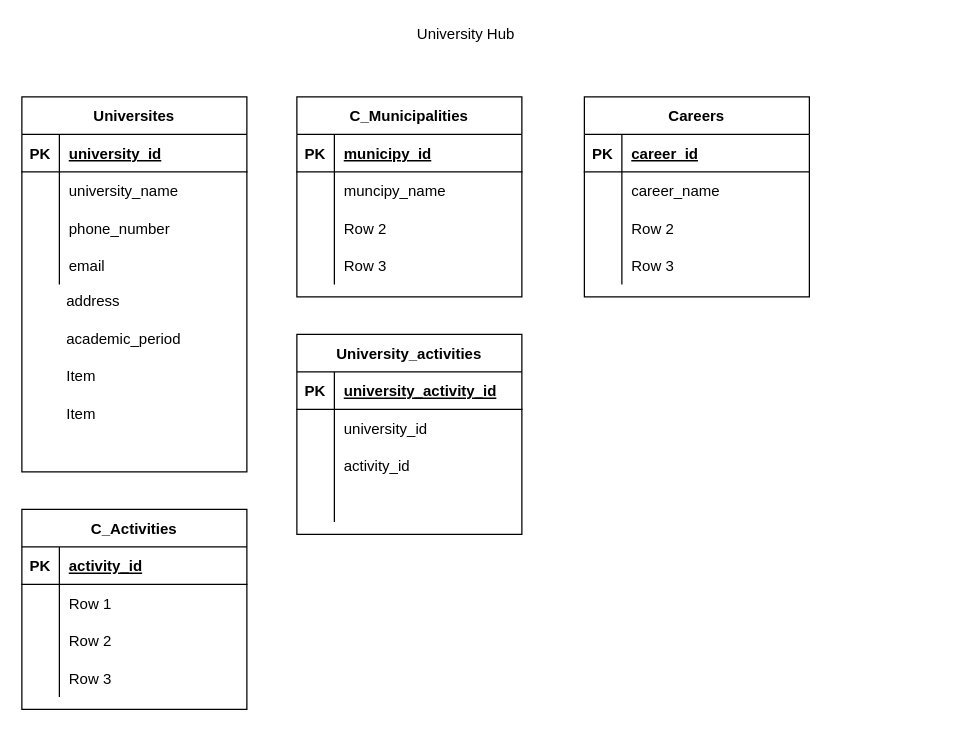
This is Untitled Diagram.drawio from University-Hub/Entity-Relationship-Model, a draw.io file, before an edit. Source tidied: cells renumbered, new cells numbered last; positions are measured from the earlier drawing's top-left corner, leaving out a move shared by most shapes. Both pictures are drawn from the tidied source at 125%, with x=0, y=0 at pixel (21, 21).
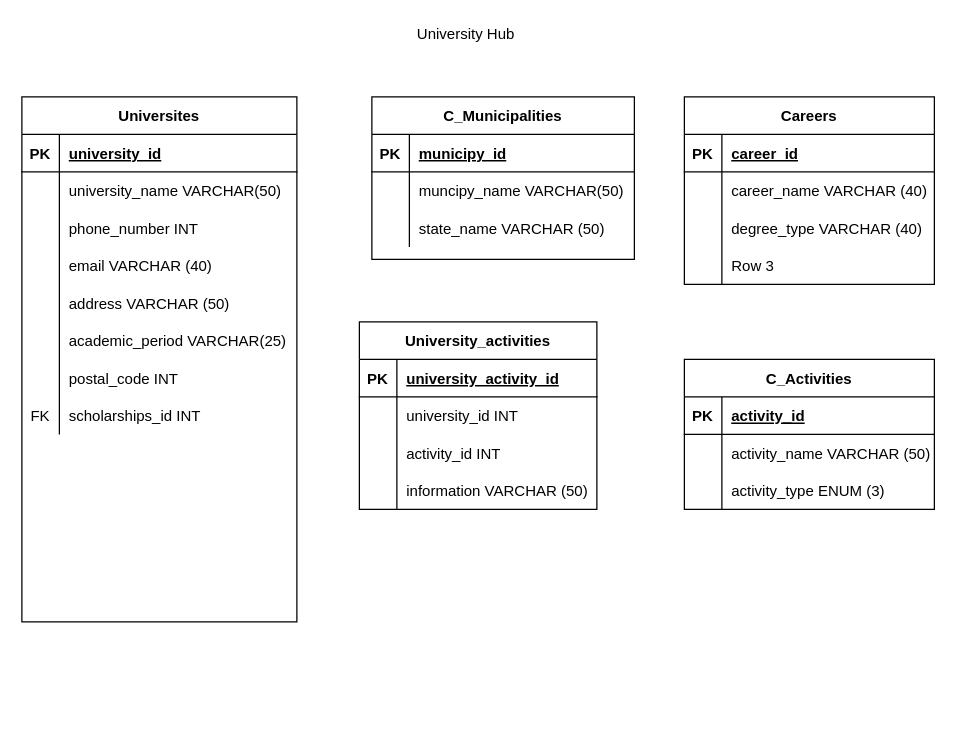
Above is the later version.

What changed in the source:
```diff
@@
     <mxCell id="3" value="Universites" style="shape=table;startSize=30;childLayout=tableLayout;rowLines=0;fontStyle=1;align=center;" parent="1" vertex="1">
-      <mxGeometry y="60" width="180" height="300" as="geometry" />
+      <mxGeometry y="60" width="220" height="420" as="geometry" />
     </mxCell>
     <mxCell id="4" style="shape=partialRectangle;fillColor=none;top=0;left=0;bottom=1;right=0;" parent="3" vertex="1">
-      <mxGeometry y="30" width="180" height="30" as="geometry" />
+      <mxGeometry y="30" width="220" height="30" as="geometry" />
     </mxCell>
@@
     <mxCell id="6" value="university_id" style="shape=partialRectangle;fillColor=none;top=0;left=0;bottom=0;right=0;align=left;spacingLeft=6;fontStyle=5;overflow=hidden;" parent="4" vertex="1">
-      <mxGeometry x="30" width="150" height="30" as="geometry" />
+      <mxGeometry x="30" width="190" height="30" as="geometry" />
     </mxCell>
     <mxCell id="7" style="shape=partialRectangle;fillColor=none;top=0;left=0;bottom=0;right=0;" parent="3" vertex="1">
-      <mxGeometry y="60" width="180" height="30" as="geometry" />
+      <mxGeometry y="60" width="220" height="30" as="geometry" />
     </mxCell>
@@
-    <mxCell id="9" value="university_name" style="shape=partialRectangle;fillColor=none;top=0;left=0;bottom=0;right=0;align=left;spacingLeft=6;overflow=hidden;" parent="7" vertex="1">
-      <mxGeometry x="30" width="150" height="30" as="geometry" />
+    <mxCell id="9" value="university_name VARCHAR(50)" style="shape=partialRectangle;fillColor=none;top=0;left=0;bottom=0;right=0;align=left;spacingLeft=6;overflow=hidden;" parent="7" vertex="1">
+      <mxGeometry x="30" width="190" height="30" as="geometry" />
     </mxCell>
     <mxCell id="10" style="shape=partialRectangle;fillColor=none;top=0;left=0;bottom=0;right=0;" parent="3" vertex="1">
-      <mxGeometry y="90" width="180" height="30" as="geometry" />
+      <mxGeometry y="90" width="220" height="30" as="geometry" />
     </mxCell>
@@
-    <mxCell id="12" value="phone_number" style="shape=partialRectangle;fillColor=none;top=0;left=0;bottom=0;right=0;align=left;spacingLeft=6;overflow=hidden;" parent="10" vertex="1">
-      <mxGeometry x="30" width="150" height="30" as="geometry" />
+    <mxCell id="12" value="phone_number INT " style="shape=partialRectangle;fillColor=none;top=0;left=0;bottom=0;right=0;align=left;spacingLeft=6;overflow=hidden;" parent="10" vertex="1">
+      <mxGeometry x="30" width="190" height="30" as="geometry" />
     </mxCell>
     <mxCell id="13" style="shape=partialRectangle;fillColor=none;top=0;left=0;bottom=0;right=0;" parent="3" vertex="1">
-      <mxGeometry y="120" width="180" height="30" as="geometry" />
+      <mxGeometry y="120" width="220" height="30" as="geometry" />
     </mxCell>
@@
-    <mxCell id="15" value="email" style="shape=partialRectangle;fillColor=none;top=0;left=0;bottom=0;right=0;align=left;spacingLeft=6;overflow=hidden;" parent="13" vertex="1">
-      <mxGeometry x="30" width="150" height="30" as="geometry" />
+    <mxCell id="15" value="email VARCHAR (40)" style="shape=partialRectangle;fillColor=none;top=0;left=0;bottom=0;right=0;align=left;spacingLeft=6;overflow=hidden;" parent="13" vertex="1">
+      <mxGeometry x="30" width="190" height="30" as="geometry" />
     </mxCell>
-    <mxCell id="16" value="C_Municipalities" style="shape=table;startSize=30;childLayout=tableLayout;rowLines=0;fontStyle=1;align=center;" parent="1" vertex="1">
-      <mxGeometry x="220" y="60" width="180" height="160" as="geometry" />
-    </mxCell>
-    <mxCell id="17" style="shape=partialRectangle;fillColor=none;top=0;left=0;bottom=1;right=0;" parent="16" vertex="1">
-      <mxGeometry y="30" width="180" height="30" as="geometry" />
-    </mxCell>
-    <mxCell id="18" value="PK" style="shape=partialRectangle;fillColor=none;top=0;left=0;bottom=0;right=0;fontStyle=1;overflow=hidden;" parent="17" vertex="1">
-      <mxGeometry width="30" height="30" as="geometry" />
-    </mxCell>
-    <mxCell id="19" value="municipy_id" style="shape=partialRectangle;fillColor=none;top=0;left=0;bottom=0;right=0;align=left;spacingLeft=6;fontStyle=5;overflow=hidden;" parent="17" vertex="1">
-      <mxGeometry x="30" width="150" height="30" as="geometry" />
-    </mxCell>
-    <mxCell id="20" style="shape=partialRectangle;fillColor=none;top=0;left=0;bottom=0;right=0;" parent="16" vertex="1">
-      <mxGeometry y="60" width="180" height="30" as="geometry" />
-    </mxCell>
-    <mxCell id="21" style="shape=partialRectangle;fillColor=none;top=0;left=0;bottom=0;right=0;overflow=hidden;" parent="20" vertex="1">
-      <mxGeometry width="30" height="30" as="geometry" />
-    </mxCell>
-    <mxCell id="22" value="muncipy_name" style="shape=partialRectangle;fillColor=none;top=0;left=0;bottom=0;right=0;align=left;spacingLeft=6;overflow=hidden;" parent="20" vertex="1">
-      <mxGeometry x="30" width="150" height="30" as="geometry" />
-    </mxCell>
-    <mxCell id="23" style="shape=partialRectangle;fillColor=none;top=0;left=0;bottom=0;right=0;" parent="16" vertex="1">
-      <mxGeometry y="90" width="180" height="30" as="geometry" />
-    </mxCell>
-    <mxCell id="24" style="shape=partialRectangle;fillColor=none;top=0;left=0;bottom=0;right=0;overflow=hidden;" parent="23" vertex="1">
-      <mxGeometry width="30" height="30" as="geometry" />
-    </mxCell>
-    <mxCell id="25" value="Row 2" style="shape=partialRectangle;fillColor=none;top=0;left=0;bottom=0;right=0;align=left;spacingLeft=6;overflow=hidden;" parent="23" vertex="1">
-      <mxGeometry x="30" width="150" height="30" as="geometry" />
-    </mxCell>
-    <mxCell id="26" style="shape=partialRectangle;fillColor=none;top=0;left=0;bottom=0;right=0;" parent="16" vertex="1">
-      <mxGeometry y="120" width="180" height="30" as="geometry" />
-    </mxCell>
-    <mxCell id="27" style="shape=partialRectangle;fillColor=none;top=0;left=0;bottom=0;right=0;overflow=hidden;" parent="26" vertex="1">
-      <mxGeometry width="30" height="30" as="geometry" />
-    </mxCell>
-    <mxCell id="28" value="Row 3" style="shape=partialRectangle;fillColor=none;top=0;left=0;bottom=0;right=0;align=left;spacingLeft=6;overflow=hidden;" parent="26" vertex="1">
-      <mxGeometry x="30" width="150" height="30" as="geometry" />
-    </mxCell>
+    <mxCell id="72" style="shape=partialRectangle;fillColor=none;top=0;left=0;bottom=0;right=0;" parent="3" vertex="1">
+      <mxGeometry y="150" width="220" height="30" as="geometry" />
+    </mxCell>
+    <mxCell id="73" style="shape=partialRectangle;fillColor=none;top=0;left=0;bottom=0;right=0;overflow=hidden;" parent="72" vertex="1">
+      <mxGeometry width="30" height="30" as="geometry" />
+    </mxCell>
+    <mxCell id="74" value="address VARCHAR (50)" style="shape=partialRectangle;fillColor=none;top=0;left=0;bottom=0;right=0;align=left;spacingLeft=6;overflow=hidden;" parent="72" vertex="1">
+      <mxGeometry x="30" width="190" height="30" as="geometry" />
+    </mxCell>
+    <mxCell id="75" style="shape=partialRectangle;fillColor=none;top=0;left=0;bottom=0;right=0;" parent="3" vertex="1">
+      <mxGeometry y="180" width="220" height="30" as="geometry" />
+    </mxCell>
+    <mxCell id="76" style="shape=partialRectangle;fillColor=none;top=0;left=0;bottom=0;right=0;overflow=hidden;" parent="75" vertex="1">
+      <mxGeometry width="30" height="30" as="geometry" />
+    </mxCell>
+    <mxCell id="77" value="academic_period VARCHAR(25)" style="shape=partialRectangle;fillColor=none;top=0;left=0;bottom=0;right=0;align=left;spacingLeft=6;overflow=hidden;" parent="75" vertex="1">
+      <mxGeometry x="30" width="190" height="30" as="geometry" />
+    </mxCell>
+    <mxCell id="78" style="shape=partialRectangle;fillColor=none;top=0;left=0;bottom=0;right=0;" parent="3" vertex="1">
+      <mxGeometry y="210" width="220" height="30" as="geometry" />
+    </mxCell>
+    <mxCell id="79" style="shape=partialRectangle;fillColor=none;top=0;left=0;bottom=0;right=0;overflow=hidden;" parent="78" vertex="1">
+      <mxGeometry width="30" height="30" as="geometry" />
+    </mxCell>
+    <mxCell id="80" value="postal_code INT" style="shape=partialRectangle;fillColor=none;top=0;left=0;bottom=0;right=0;align=left;spacingLeft=6;overflow=hidden;" parent="78" vertex="1">
+      <mxGeometry x="30" width="190" height="30" as="geometry" />
+    </mxCell>
+    <mxCell id="81" style="shape=partialRectangle;fillColor=none;top=0;left=0;bottom=0;right=0;" parent="3" vertex="1">
+      <mxGeometry y="240" width="220" height="30" as="geometry" />
+    </mxCell>
+    <mxCell id="82" value="FK" style="shape=partialRectangle;fillColor=none;top=0;left=0;bottom=0;right=0;overflow=hidden;" parent="81" vertex="1">
+      <mxGeometry width="30" height="30" as="geometry" />
+    </mxCell>
+    <mxCell id="83" value="scholarships_id INT" style="shape=partialRectangle;fillColor=none;top=0;left=0;bottom=0;right=0;align=left;spacingLeft=6;overflow=hidden;" parent="81" vertex="1">
+      <mxGeometry x="30" width="190" height="30" as="geometry" />
+    </mxCell>
     <mxCell id="29" value="Careers" style="shape=table;startSize=30;childLayout=tableLayout;rowLines=0;fontStyle=1;align=center;" parent="1" vertex="1">
-      <mxGeometry x="450" y="60" width="180" height="160" as="geometry" />
+      <mxGeometry x="530" y="60" width="200" height="150" as="geometry" />
     </mxCell>
     <mxCell id="30" style="shape=partialRectangle;fillColor=none;top=0;left=0;bottom=1;right=0;" parent="29" vertex="1">
-      <mxGeometry y="30" width="180" height="30" as="geometry" />
+      <mxGeometry y="30" width="200" height="30" as="geometry" />
     </mxCell>
@@
     <mxCell id="32" value="career_id" style="shape=partialRectangle;fillColor=none;top=0;left=0;bottom=0;right=0;align=left;spacingLeft=6;fontStyle=5;overflow=hidden;" parent="30" vertex="1">
-      <mxGeometry x="30" width="150" height="30" as="geometry" />
+      <mxGeometry x="30" width="170" height="30" as="geometry" />
     </mxCell>
     <mxCell id="33" style="shape=partialRectangle;fillColor=none;top=0;left=0;bottom=0;right=0;" parent="29" vertex="1">
-      <mxGeometry y="60" width="180" height="30" as="geometry" />
+      <mxGeometry y="60" width="200" height="30" as="geometry" />
     </mxCell>
@@
-    <mxCell id="35" value="career_name" style="shape=partialRectangle;fillColor=none;top=0;left=0;bottom=0;right=0;align=left;spacingLeft=6;overflow=hidden;" parent="33" vertex="1">
-      <mxGeometry x="30" width="150" height="30" as="geometry" />
+    <mxCell id="35" value="career_name VARCHAR (40)" style="shape=partialRectangle;fillColor=none;top=0;left=0;bottom=0;right=0;align=left;spacingLeft=6;overflow=hidden;" parent="33" vertex="1">
+      <mxGeometry x="30" width="170" height="30" as="geometry" />
     </mxCell>
     <mxCell id="36" style="shape=partialRectangle;fillColor=none;top=0;left=0;bottom=0;right=0;" parent="29" vertex="1">
-      <mxGeometry y="90" width="180" height="30" as="geometry" />
+      <mxGeometry y="90" width="200" height="30" as="geometry" />
     </mxCell>
@@
-    <mxCell id="38" value="Row 2" style="shape=partialRectangle;fillColor=none;top=0;left=0;bottom=0;right=0;align=left;spacingLeft=6;overflow=hidden;" parent="36" vertex="1">
-      <mxGeometry x="30" width="150" height="30" as="geometry" />
+    <mxCell id="38" value="degree_type VARCHAR (40)" style="shape=partialRectangle;fillColor=none;top=0;left=0;bottom=0;right=0;align=left;spacingLeft=6;overflow=hidden;" parent="36" vertex="1">
+      <mxGeometry x="30" width="170" height="30" as="geometry" />
     </mxCell>
     <mxCell id="39" style="shape=partialRectangle;fillColor=none;top=0;left=0;bottom=0;right=0;" parent="29" vertex="1">
-      <mxGeometry y="120" width="180" height="30" as="geometry" />
+      <mxGeometry y="120" width="200" height="30" as="geometry" />
     </mxCell>
@@
     <mxCell id="41" value="Row 3" style="shape=partialRectangle;fillColor=none;top=0;left=0;bottom=0;right=0;align=left;spacingLeft=6;overflow=hidden;" parent="39" vertex="1">
-      <mxGeometry x="30" width="150" height="30" as="geometry" />
+      <mxGeometry x="30" width="170" height="30" as="geometry" />
     </mxCell>
-    <mxCell id="42" value="address" style="text;strokeColor=none;fillColor=none;spacingLeft=4;spacingRight=4;overflow=hidden;fontSize=12;" parent="1" vertex="1">
-      <mxGeometry x="30" y="210" width="60" height="30" as="geometry" />
-    </mxCell>
+    <mxCell id="16" value="C_Municipalities" style="shape=table;startSize=30;childLayout=tableLayout;rowLines=0;fontStyle=1;align=center;" parent="1" vertex="1">
+      <mxGeometry x="280" y="60" width="210" height="130" as="geometry" />
+    </mxCell>
+    <mxCell id="17" style="shape=partialRectangle;fillColor=none;top=0;left=0;bottom=1;right=0;" parent="16" vertex="1">
+      <mxGeometry y="30" width="210" height="30" as="geometry" />
+    </mxCell>
+    <mxCell id="18" value="PK" style="shape=partialRectangle;fillColor=none;top=0;left=0;bottom=0;right=0;fontStyle=1;overflow=hidden;" parent="17" vertex="1">
+      <mxGeometry width="30" height="30" as="geometry" />
+    </mxCell>
+    <mxCell id="19" value="municipy_id" style="shape=partialRectangle;fillColor=none;top=0;left=0;bottom=0;right=0;align=left;spacingLeft=6;fontStyle=5;overflow=hidden;" parent="17" vertex="1">
+      <mxGeometry x="30" width="180" height="30" as="geometry" />
+    </mxCell>
+    <mxCell id="20" style="shape=partialRectangle;fillColor=none;top=0;left=0;bottom=0;right=0;" parent="16" vertex="1">
+      <mxGeometry y="60" width="210" height="30" as="geometry" />
+    </mxCell>
+    <mxCell id="21" style="shape=partialRectangle;fillColor=none;top=0;left=0;bottom=0;right=0;overflow=hidden;" parent="20" vertex="1">
+      <mxGeometry width="30" height="30" as="geometry" />
+    </mxCell>
+    <mxCell id="22" value="muncipy_name VARCHAR(50)" style="shape=partialRectangle;fillColor=none;top=0;left=0;bottom=0;right=0;align=left;spacingLeft=6;overflow=hidden;" parent="20" vertex="1">
+      <mxGeometry x="30" width="180" height="30" as="geometry" />
+    </mxCell>
+    <mxCell id="23" style="shape=partialRectangle;fillColor=none;top=0;left=0;bottom=0;right=0;" parent="16" vertex="1">
+      <mxGeometry y="90" width="210" height="30" as="geometry" />
+    </mxCell>
+    <mxCell id="24" style="shape=partialRectangle;fillColor=none;top=0;left=0;bottom=0;right=0;overflow=hidden;" parent="23" vertex="1">
+      <mxGeometry width="30" height="30" as="geometry" />
+    </mxCell>
+    <mxCell id="25" value="state_name VARCHAR (50)" style="shape=partialRectangle;fillColor=none;top=0;left=0;bottom=0;right=0;align=left;spacingLeft=6;overflow=hidden;" parent="23" vertex="1">
+      <mxGeometry x="30" width="180" height="30" as="geometry" />
+    </mxCell>
     <mxCell id="43" value="C_Activities" style="shape=table;startSize=30;childLayout=tableLayout;rowLines=0;fontStyle=1;align=center;" parent="1" vertex="1">
-      <mxGeometry y="390" width="180" height="160" as="geometry" />
+      <mxGeometry x="530" y="270" width="200" height="120" as="geometry" />
     </mxCell>
     <mxCell id="44" style="shape=partialRectangle;fillColor=none;top=0;left=0;bottom=1;right=0;" parent="43" vertex="1">
-      <mxGeometry y="30" width="180" height="30" as="geometry" />
+      <mxGeometry y="30" width="200" height="30" as="geometry" />
     </mxCell>
@@
     <mxCell id="46" value="activity_id" style="shape=partialRectangle;fillColor=none;top=0;left=0;bottom=0;right=0;align=left;spacingLeft=6;fontStyle=5;overflow=hidden;" parent="44" vertex="1">
-      <mxGeometry x="30" width="150" height="30" as="geometry" />
+      <mxGeometry x="30" width="170" height="30" as="geometry" />
     </mxCell>
     <mxCell id="47" style="shape=partialRectangle;fillColor=none;top=0;left=0;bottom=0;right=0;" parent="43" vertex="1">
-      <mxGeometry y="60" width="180" height="30" as="geometry" />
+      <mxGeometry y="60" width="200" height="30" as="geometry" />
     </mxCell>
@@
-    <mxCell id="49" value="Row 1" style="shape=partialRectangle;fillColor=none;top=0;left=0;bottom=0;right=0;align=left;spacingLeft=6;overflow=hidden;" parent="47" vertex="1">
-      <mxGeometry x="30" width="150" height="30" as="geometry" />
+    <mxCell id="49" value="activity_name VARCHAR (50)" style="shape=partialRectangle;fillColor=none;top=0;left=0;bottom=0;right=0;align=left;spacingLeft=6;overflow=hidden;" parent="47" vertex="1">
+      <mxGeometry x="30" width="170" height="30" as="geometry" />
     </mxCell>
     <mxCell id="50" style="shape=partialRectangle;fillColor=none;top=0;left=0;bottom=0;right=0;" parent="43" vertex="1">
-      <mxGeometry y="90" width="180" height="30" as="geometry" />
+      <mxGeometry y="90" width="200" height="30" as="geometry" />
     </mxCell>
@@
-    <mxCell id="52" value="Row 2" style="shape=partialRectangle;fillColor=none;top=0;left=0;bottom=0;right=0;align=left;spacingLeft=6;overflow=hidden;" parent="50" vertex="1">
-      <mxGeometry x="30" width="150" height="30" as="geometry" />
+    <mxCell id="52" value="activity_type ENUM (3)" style="shape=partialRectangle;fillColor=none;top=0;left=0;bottom=0;right=0;align=left;spacingLeft=6;overflow=hidden;" parent="50" vertex="1">
+      <mxGeometry x="30" width="170" height="30" as="geometry" />
     </mxCell>
-    <mxCell id="53" style="shape=partialRectangle;fillColor=none;top=0;left=0;bottom=0;right=0;" parent="43" vertex="1">
-      <mxGeometry y="120" width="180" height="30" as="geometry" />
-    </mxCell>
-    <mxCell id="54" style="shape=partialRectangle;fillColor=none;top=0;left=0;bottom=0;right=0;overflow=hidden;" parent="53" vertex="1">
-      <mxGeometry width="30" height="30" as="geometry" />
-    </mxCell>
-    <mxCell id="55" value="Row 3" style="shape=partialRectangle;fillColor=none;top=0;left=0;bottom=0;right=0;align=left;spacingLeft=6;overflow=hidden;" parent="53" vertex="1">
-      <mxGeometry x="30" width="150" height="30" as="geometry" />
-    </mxCell>
-    <mxCell id="56" value="academic_period" style="text;strokeColor=none;fillColor=none;spacingLeft=4;spacingRight=4;overflow=hidden;fontSize=12;" parent="1" vertex="1">
-      <mxGeometry x="30" y="240" width="150" height="20" as="geometry" />
-    </mxCell>
     <mxCell id="57" value="University_activities" style="shape=table;startSize=30;childLayout=tableLayout;rowLines=0;fontStyle=1;align=center;" parent="1" vertex="1">
-      <mxGeometry x="220" y="250" width="180" height="160" as="geometry" />
+      <mxGeometry x="270" y="240" width="190" height="150" as="geometry" />
     </mxCell>
     <mxCell id="58" style="shape=partialRectangle;fillColor=none;top=0;left=0;bottom=1;right=0;" parent="57" vertex="1">
-      <mxGeometry y="30" width="180" height="30" as="geometry" />
+      <mxGeometry y="30" width="190" height="30" as="geometry" />
     </mxCell>
@@
     <mxCell id="60" value="university_activity_id" style="shape=partialRectangle;fillColor=none;top=0;left=0;bottom=0;right=0;align=left;spacingLeft=6;fontStyle=5;overflow=hidden;" parent="58" vertex="1">
-      <mxGeometry x="30" width="150" height="30" as="geometry" />
+      <mxGeometry x="30" width="160" height="30" as="geometry" />
     </mxCell>
     <mxCell id="61" style="shape=partialRectangle;fillColor=none;top=0;left=0;bottom=0;right=0;" parent="57" vertex="1">
-      <mxGeometry y="60" width="180" height="30" as="geometry" />
+      <mxGeometry y="60" width="190" height="30" as="geometry" />
     </mxCell>
@@
-    <mxCell id="63" value="university_id" style="shape=partialRectangle;fillColor=none;top=0;left=0;bottom=0;right=0;align=left;spacingLeft=6;overflow=hidden;" parent="61" vertex="1">
-      <mxGeometry x="30" width="150" height="30" as="geometry" />
+    <mxCell id="63" value="university_id INT " style="shape=partialRectangle;fillColor=none;top=0;left=0;bottom=0;right=0;align=left;spacingLeft=6;overflow=hidden;" parent="61" vertex="1">
+      <mxGeometry x="30" width="160" height="30" as="geometry" />
     </mxCell>
     <mxCell id="64" style="shape=partialRectangle;fillColor=none;top=0;left=0;bottom=0;right=0;" parent="57" vertex="1">
-      <mxGeometry y="90" width="180" height="30" as="geometry" />
+      <mxGeometry y="90" width="190" height="30" as="geometry" />
     </mxCell>
@@
-    <mxCell id="66" value="activity_id" style="shape=partialRectangle;fillColor=none;top=0;left=0;bottom=0;right=0;align=left;spacingLeft=6;overflow=hidden;" parent="64" vertex="1">
-      <mxGeometry x="30" width="150" height="30" as="geometry" />
+    <mxCell id="66" value="activity_id INT" style="shape=partialRectangle;fillColor=none;top=0;left=0;bottom=0;right=0;align=left;spacingLeft=6;overflow=hidden;" parent="64" vertex="1">
+      <mxGeometry x="30" width="160" height="30" as="geometry" />
     </mxCell>
-    <mxCell id="67" style="shape=partialRectangle;fillColor=none;top=0;left=0;bottom=0;right=0;" parent="57" vertex="1">
-      <mxGeometry y="120" width="180" height="30" as="geometry" />
-    </mxCell>
-    <mxCell id="68" style="shape=partialRectangle;fillColor=none;top=0;left=0;bottom=0;right=0;overflow=hidden;" parent="67" vertex="1">
-      <mxGeometry width="30" height="30" as="geometry" />
-    </mxCell>
-    <mxCell id="69" style="shape=partialRectangle;fillColor=none;top=0;left=0;bottom=0;right=0;align=left;spacingLeft=6;overflow=hidden;" parent="67" vertex="1">
-      <mxGeometry x="30" width="150" height="30" as="geometry" />
-    </mxCell>
-    <mxCell id="70" value="Item" style="text;strokeColor=none;fillColor=none;spacingLeft=4;spacingRight=4;overflow=hidden;fontSize=12;" parent="1" vertex="1">
-      <mxGeometry x="30" y="270" width="40" height="20" as="geometry" />
-    </mxCell>
-    <mxCell id="71" value="Item" style="text;strokeColor=none;fillColor=none;spacingLeft=4;spacingRight=4;overflow=hidden;fontSize=12;" parent="1" vertex="1">
-      <mxGeometry x="30" y="300" width="40" height="20" as="geometry" />
-    </mxCell>
+    <mxCell id="84" style="shape=partialRectangle;fillColor=none;top=0;left=0;bottom=0;right=0;" parent="57" vertex="1">
+      <mxGeometry y="120" width="190" height="30" as="geometry" />
+    </mxCell>
+    <mxCell id="85" style="shape=partialRectangle;fillColor=none;top=0;left=0;bottom=0;right=0;overflow=hidden;" parent="84" vertex="1">
+      <mxGeometry width="30" height="30" as="geometry" />
+    </mxCell>
+    <mxCell id="86" value="information VARCHAR (50)" style="shape=partialRectangle;fillColor=none;top=0;left=0;bottom=0;right=0;align=left;spacingLeft=6;overflow=hidden;" parent="84" vertex="1">
+      <mxGeometry x="30" width="160" height="30" as="geometry" />
+    </mxCell>
```
